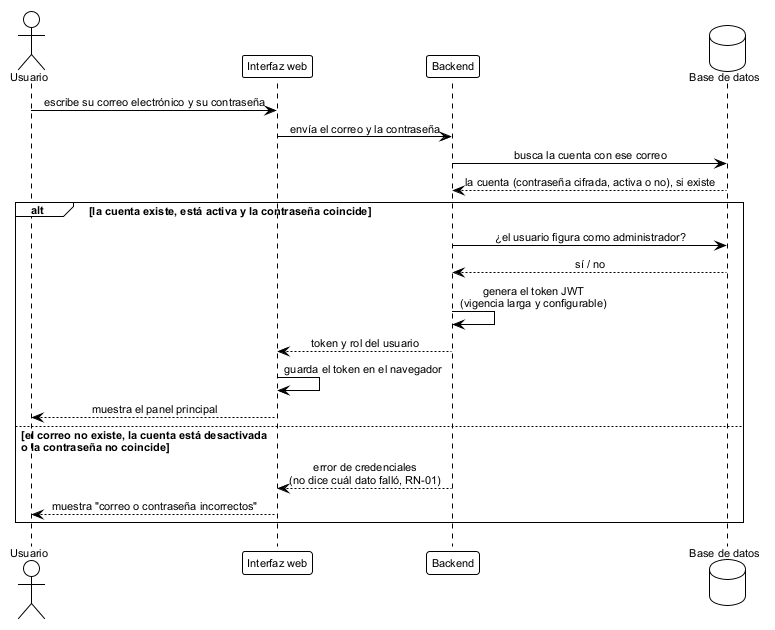
Above: figures/mermaid/seq_login.png in ErickJester/fst-ai-system-latex (PlantUML), before the change.
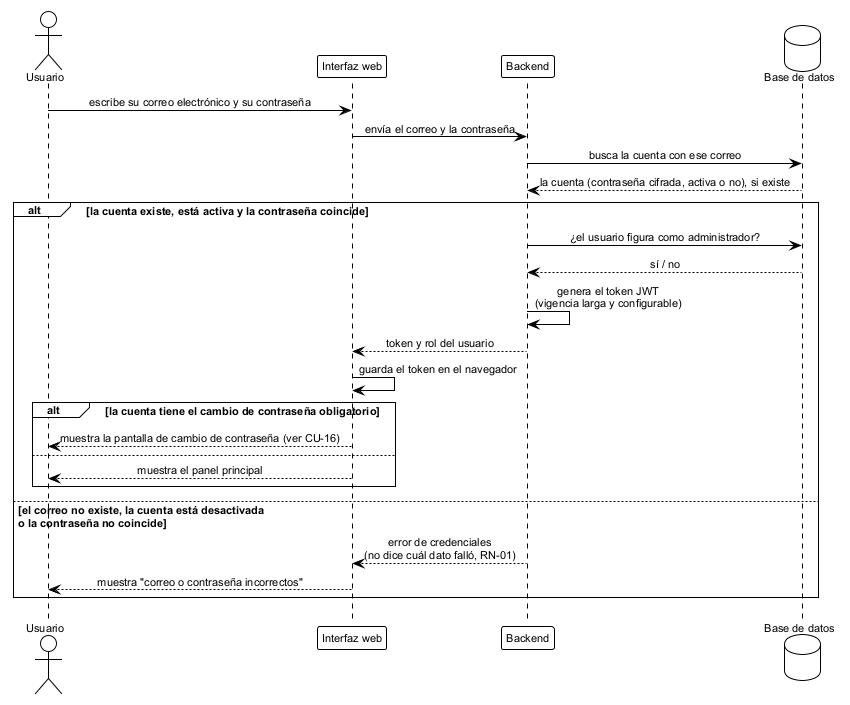
Above is the later version.

Change to the diagram source:
```diff
@@ -22,7 +22,11 @@
   api -> api: genera el token JWT\n(vigencia larga y configurable)
   api --> ui: token y rol del usuario
   ui -> ui: guarda el token en el navegador
-  ui --> u: muestra el panel principal
+  alt la cuenta tiene el cambio de contraseña obligatorio
+    ui --> u: muestra la pantalla de cambio de contraseña (ver CU-16)
+  else
+    ui --> u: muestra el panel principal
+  end
 else el correo no existe, la cuenta está desactivada\no la contraseña no coincide
   api --> ui: error de credenciales\n(no dice cuál dato falló, RN-01)
   ui --> u: muestra "correo o contraseña incorrectos"
```
